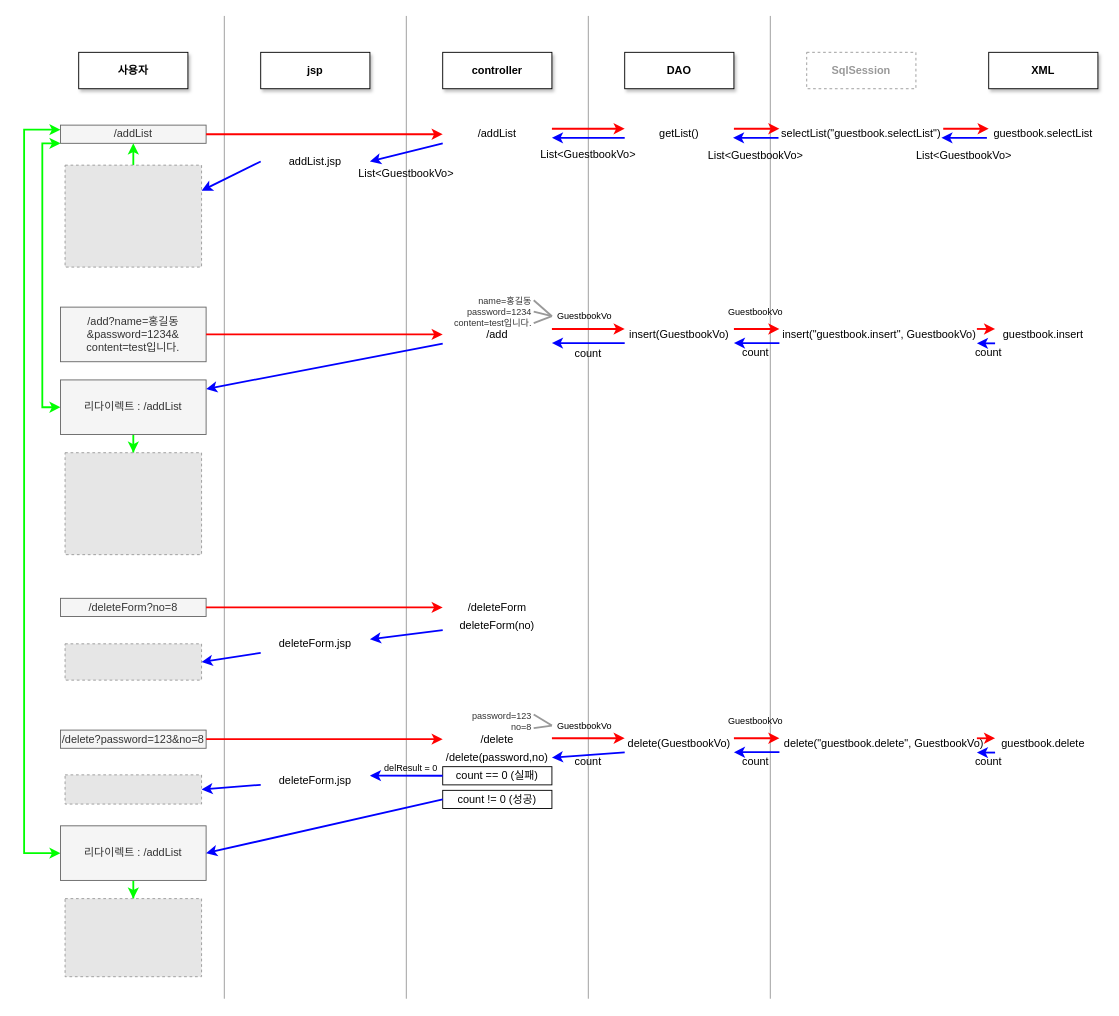
Earlier version of the draw.io diagram 시퀀스다이어그램(약식).drawio (jeter5274/guestbook5). Source tidied: cells renumbered, new cells numbered last; positions are measured from the earlier drawing's top-left corner, leaving out a move shared by most shapes. Both pictures are drawn from the tidied source at 91%, with x=0, y=0 at pixel (24, 15). Pictures stored in the file or linked from it are replaced by grey dashed boxes.
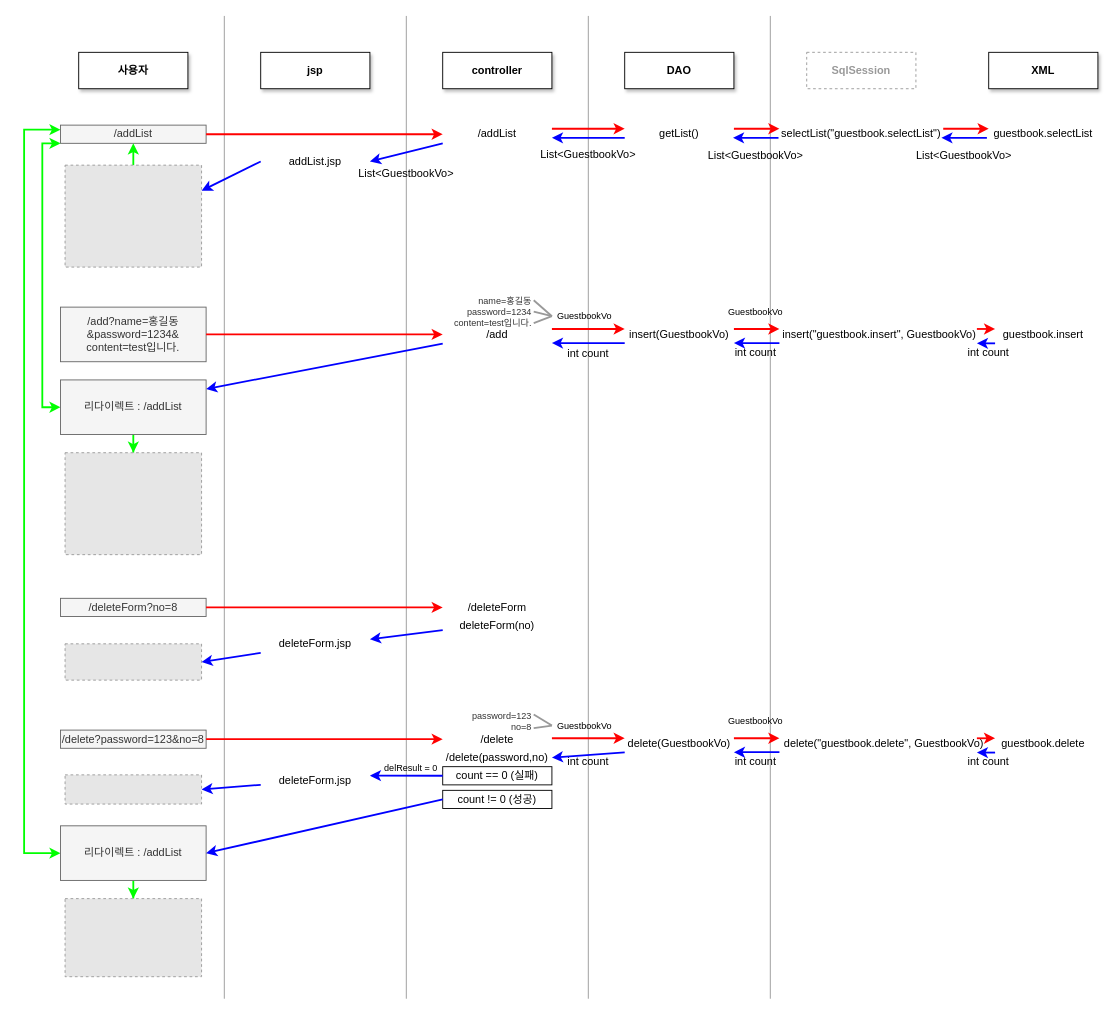
Above is the later version.

Commit message (it also covers changes not shown here):
count 자료형 기입

Change to the diagram source:
```diff
@@
-    <mxCell id="48" value="count" style="text;html=1;strokeColor=none;fillColor=none;align=center;verticalAlign=middle;whiteSpace=wrap;rounded=0;shadow=0;glass=0;sketch=0;fontColor=#000000;" parent="1" vertex="1">
+    <mxCell id="48" value="int&amp;nbsp;count" style="text;html=1;strokeColor=none;fillColor=none;align=center;verticalAlign=middle;whiteSpace=wrap;rounded=0;shadow=0;glass=0;sketch=0;fontColor=#000000;" parent="1" vertex="1">
       <mxGeometry x="1000" y="360" width="120" height="20" as="geometry" />
     </mxCell>
-    <mxCell id="49" value="count" style="text;html=1;strokeColor=none;fillColor=none;align=center;verticalAlign=middle;whiteSpace=wrap;rounded=0;shadow=0;glass=0;sketch=0;fontColor=#000000;" parent="1" vertex="1">
+    <mxCell id="49" value="int&amp;nbsp;count" style="text;html=1;strokeColor=none;fillColor=none;align=center;verticalAlign=middle;whiteSpace=wrap;rounded=0;shadow=0;glass=0;sketch=0;fontColor=#000000;" parent="1" vertex="1">
       <mxGeometry x="744" y="360" width="120" height="20" as="geometry" />
     </mxCell>
@@
-    <mxCell id="51" value="count" style="text;html=1;strokeColor=none;fillColor=none;align=center;verticalAlign=middle;whiteSpace=wrap;rounded=0;shadow=0;glass=0;sketch=0;fontColor=#000000;" parent="1" vertex="1">
+    <mxCell id="51" value="int count" style="text;html=1;strokeColor=none;fillColor=none;align=center;verticalAlign=middle;whiteSpace=wrap;rounded=0;shadow=0;glass=0;sketch=0;fontColor=#000000;" parent="1" vertex="1">
       <mxGeometry x="560" y="360.5" width="120" height="20" as="geometry" />
     </mxCell>
@@
-    <mxCell id="71" value="count" style="text;html=1;strokeColor=none;fillColor=none;align=center;verticalAlign=middle;whiteSpace=wrap;rounded=0;shadow=0;glass=0;sketch=0;fontColor=#000000;" parent="1" vertex="1">
+    <mxCell id="71" value="int&amp;nbsp;count" style="text;html=1;strokeColor=none;fillColor=none;align=center;verticalAlign=middle;whiteSpace=wrap;rounded=0;shadow=0;glass=0;sketch=0;fontColor=#000000;" parent="1" vertex="1">
       <mxGeometry x="560" y="810.2" width="120" height="20" as="geometry" />
     </mxCell>
@@
-    <mxCell id="82" value="count" style="text;html=1;strokeColor=none;fillColor=none;align=center;verticalAlign=middle;whiteSpace=wrap;rounded=0;shadow=0;glass=0;sketch=0;fontColor=#000000;" parent="1" vertex="1">
+    <mxCell id="82" value="int&amp;nbsp;count" style="text;html=1;strokeColor=none;fillColor=none;align=center;verticalAlign=middle;whiteSpace=wrap;rounded=0;shadow=0;glass=0;sketch=0;fontColor=#000000;" parent="1" vertex="1">
       <mxGeometry x="1000" y="809.8" width="120" height="20" as="geometry" />
     </mxCell>
@@
-    <mxCell id="84" value="count" style="text;html=1;strokeColor=none;fillColor=none;align=center;verticalAlign=middle;whiteSpace=wrap;rounded=0;shadow=0;glass=0;sketch=0;fontColor=#000000;" parent="1" vertex="1">
+    <mxCell id="84" value="int&amp;nbsp;count" style="text;html=1;strokeColor=none;fillColor=none;align=center;verticalAlign=middle;whiteSpace=wrap;rounded=0;shadow=0;glass=0;sketch=0;fontColor=#000000;" parent="1" vertex="1">
       <mxGeometry x="744" y="810.2" width="120" height="20" as="geometry" />
     </mxCell>
```
